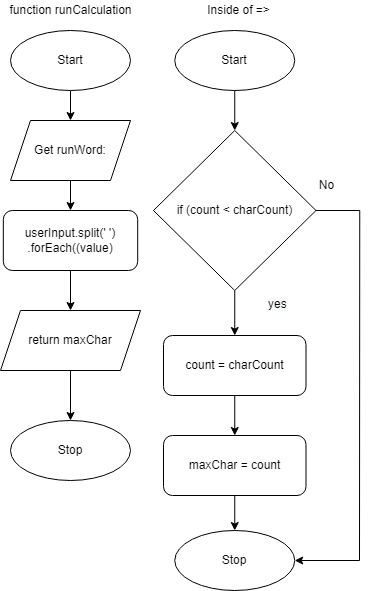
JacksonNaufal/ics4u-assignment-2-ERROR--typescript keeps this draw.io diagram as Drawio/Flowchart.png. Above is the earlier version. Source tidied: cells renumbered, new cells last; positions are measured from the earlier drawing's top-left corner, leaving out a move shared by most shapes.
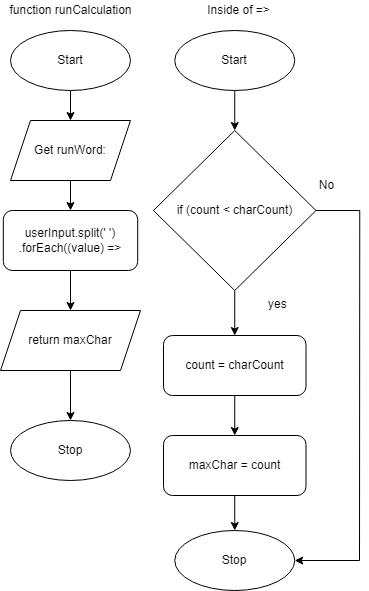
After the change.

Diff of the diagram source:
```diff
@@ -67,7 +67,7 @@
     <mxCell id="21" style="edgeStyle=none;html=1;" parent="1" edge="1" source="22" target="18">
       <mxGeometry relative="1" as="geometry" />
     </mxCell>
-    <mxCell id="22" value="userInput.split(' ')&lt;br&gt;.forEach((value)" style="rounded=1;whiteSpace=wrap;html=1;" parent="1" vertex="1">
+    <mxCell id="22" value="userInput.split(' ')&lt;br&gt;.forEach((value) =&amp;gt;" style="rounded=1;whiteSpace=wrap;html=1;" parent="1" vertex="1">
       <mxGeometry x="2.8" y="210" width="134.4" height="60" as="geometry" />
     </mxCell>
     <mxCell id="23" value="function runCalculation" style="text;html=1;align=center;verticalAlign=middle;strokeColor=none;fillColor=none;" parent="1" vertex="1">
```
